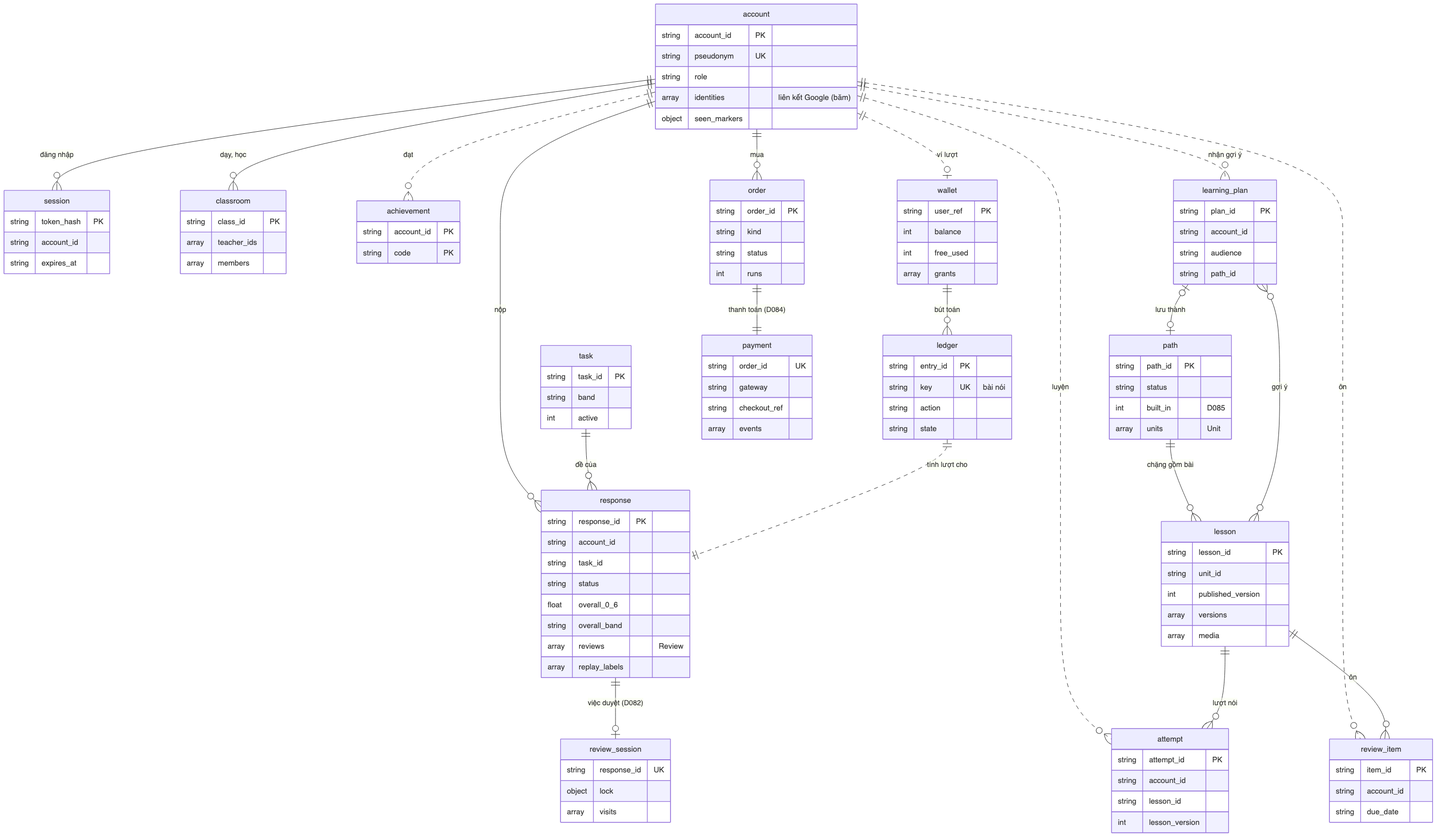
Above: docs/db/erd_core.png in ThanhSangLouis/ai-assessor-cefr (Mermaid), before the change. Its source is kept beside it as docs/db/erd_core.mmd.
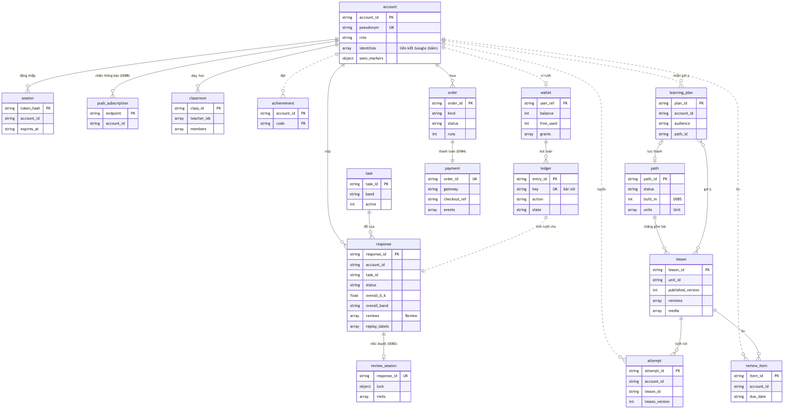
After the commit.

Change to the diagram source:
```diff
@@ -1,5 +1,6 @@
 erDiagram
     account ||--o{ session : "đăng nhập"
+    account ||--o{ push_subscription : "nhận thông báo (D088)"
     account ||--o{ response : "nộp"
     account ||--o{ classroom : "dạy, học"
     account ||..o{ attempt : "luyện"
@@ -33,6 +34,10 @@
         string token_hash PK
         string account_id
         string expires_at
+    }
+    push_subscription {
+        string endpoint PK
+        string account_id
     }
     task {
         string task_id PK
```
